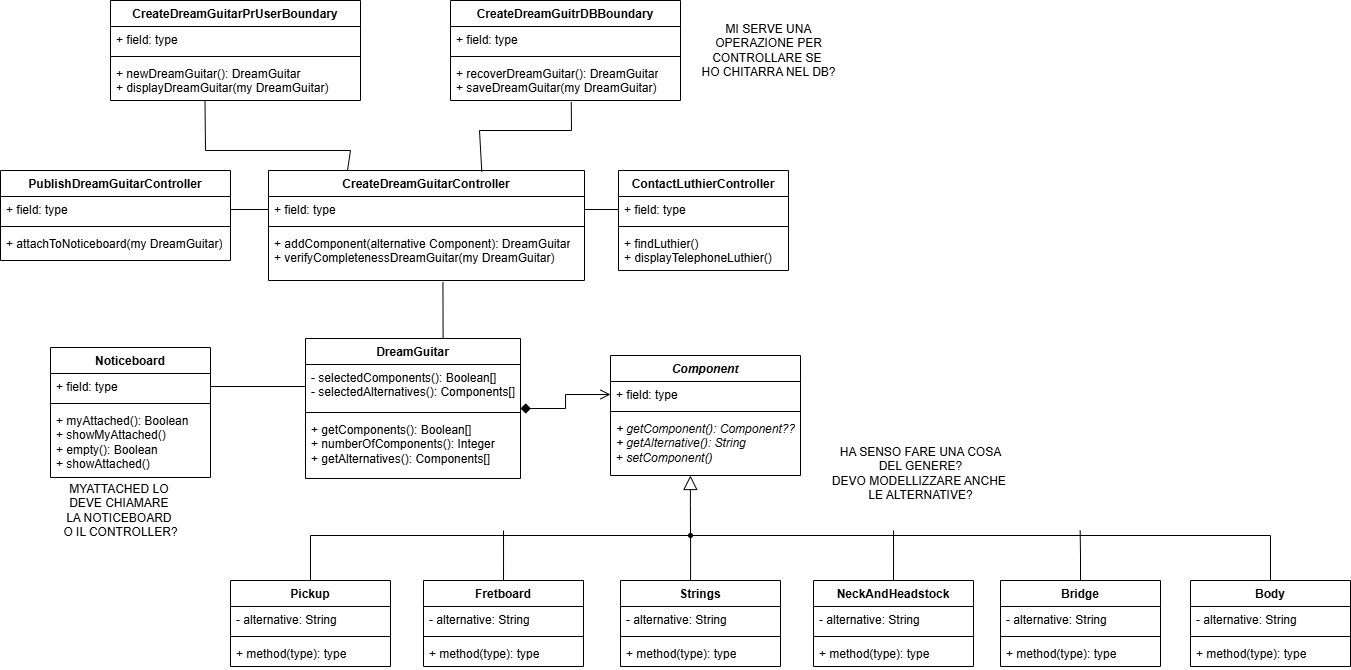
Before: BCET.drawio.png, a diagram exported from draw.io (TizianoLilli/ISPW-Project). Source tidied: cells renumbered, new cells last; positions are measured from the earlier drawing's top-left corner, leaving out a move shared by most shapes.
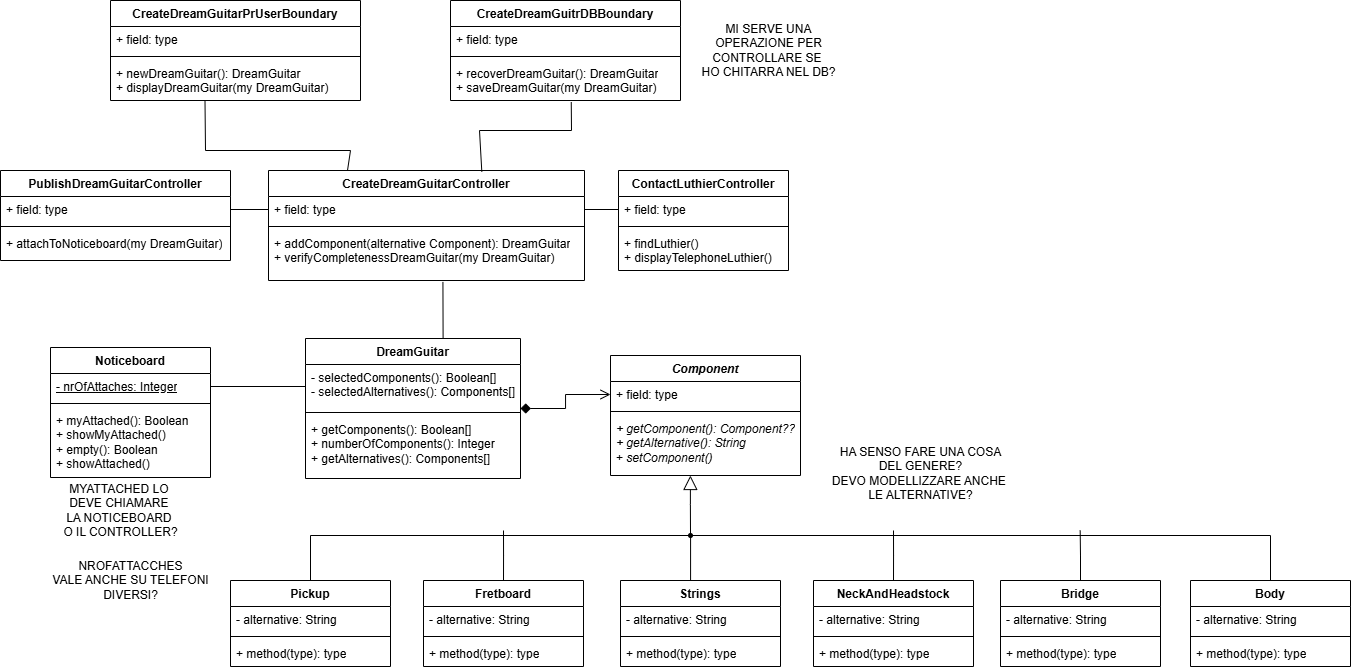
Above is the later version.

Change to the diagram source:
```diff
@@ -17,7 +17,7 @@
     <mxCell id="6" value="Noticeboard" style="swimlane;fontStyle=1;align=center;verticalAlign=top;horizontal=1;startSize=26;whiteSpace=wrap;html=1;" parent="1" vertex="1">
       <mxGeometry x="50" y="347" width="160" height="130" as="geometry" />
     </mxCell>
-    <mxCell id="7" value="+ field: type" style="text;strokeColor=none;fillColor=none;align=left;verticalAlign=top;spacingLeft=4;spacingRight=4;overflow=hidden;points=[[0,0.5],[1,0.5]];portConstraint=eastwest;whiteSpace=wrap;html=1;" parent="6" vertex="1">
+    <mxCell id="7" value="&lt;u&gt;- nrOfAttaches: Integer&lt;/u&gt;" style="text;strokeColor=none;fillColor=none;align=left;verticalAlign=top;spacingLeft=4;spacingRight=4;overflow=hidden;points=[[0,0.5],[1,0.5]];portConstraint=eastwest;whiteSpace=wrap;html=1;" parent="6" vertex="1">
       <mxGeometry y="26" width="160" height="26" as="geometry" />
     </mxCell>
     <mxCell id="8" style="line;strokeWidth=1;fillColor=none;align=left;verticalAlign=middle;spacingTop=-1;spacingLeft=3;spacingRight=3;labelPosition=right;strokeColor=inherit;" parent="6" vertex="1">
@@ -245,5 +245,8 @@
     <mxCell id="74" value="MI SERVE UNA&lt;div&gt;OPERAZIONE PER&lt;/div&gt;&lt;div&gt;CONTROLLARE SE&amp;nbsp;&lt;/div&gt;&lt;div&gt;HO CHITARRA NEL DB?&lt;/div&gt;" style="text;html=1;align=center;verticalAlign=middle;strokeColor=none;fillColor=none;" parent="1" vertex="1">
       <mxGeometry x="688" y="15" width="160" height="70" as="geometry" />
     </mxCell>
+    <mxCell id="75" value="NROFATTACCHES&lt;div&gt;VALE ANCHE SU TELEFONI&lt;/div&gt;&lt;div&gt;DIVERSI?&lt;/div&gt;" style="text;html=1;align=center;verticalAlign=middle;strokeColor=none;fillColor=none;" parent="1" vertex="1">
+      <mxGeometry x="40" y="550" width="180" height="60" as="geometry" />
+    </mxCell>
   </root>
 </mxGraphModel>
```
